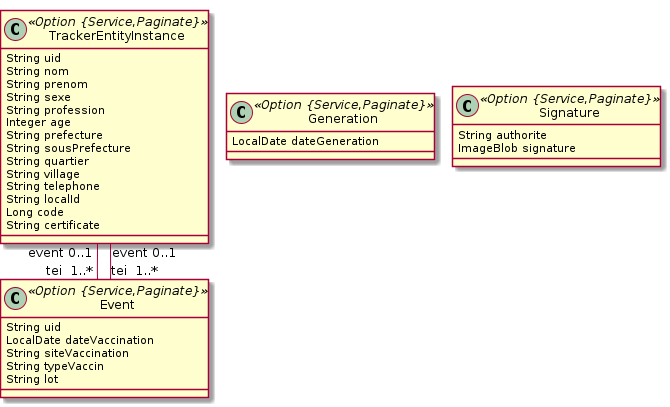
Earlier version of the PlantUML export certificate-generator/entity.png (didate/vaccine-certificate).
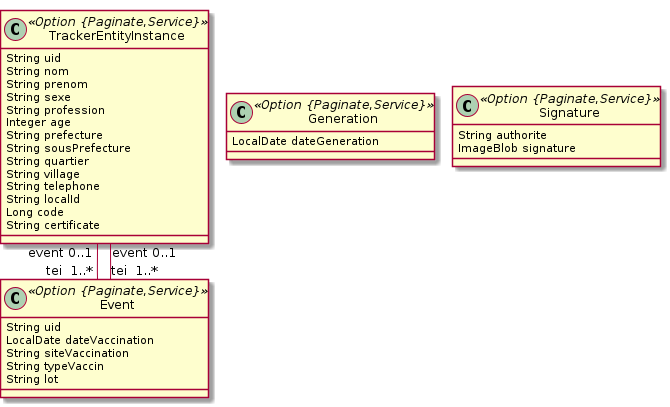
After the change.

Diff of the diagram source:
```diff
@@ -1,7 +1,7 @@
 @startuml
 	!pragma graphviz_dot jdot
 	!pragma syntax class
-	class TrackerEntityInstance <<Option {Service,Paginate}>> {
+	class TrackerEntityInstance <<Option {Paginate,Service}>> {
 		String uid
 		String nom
 		String prenom
@@ -17,17 +17,17 @@
 		Long code
 		String certificate
 	}
-	class Generation <<Option {Service,Paginate}>> {
+	class Generation <<Option {Paginate,Service}>> {
 		LocalDate dateGeneration
 	}
-	class Event <<Option {Service,Paginate}>> {
+	class Event <<Option {Paginate,Service}>> {
 		String uid
 		LocalDate dateVaccination
 		String siteVaccination
 		String typeVaccin
 		String lot
 	}
-	class Signature <<Option {Service,Paginate}>> {
+	class Signature <<Option {Paginate,Service}>> {
 		String authorite
 		ImageBlob signature
 	}
```
